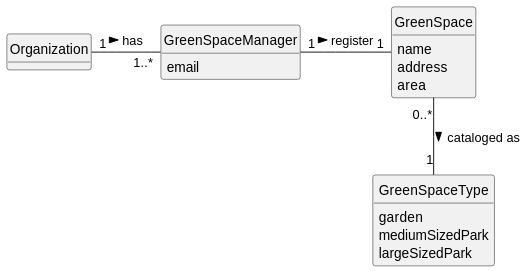
daniel41silva05/ISEP_2023_2024_LAPR2 keeps this PlantUML diagram as docs/sprintA&B&C/us020/02.analysis/svg/us020-domain-model.svg. Above is the earlier version. The source it was exported from:
```plantuml
@startuml
skinparam monochrome true
skinparam packageStyle rectangle
skinparam shadowing false


skinparam classAttributeIconSize 0

hide circle
hide methods

class Organization {
}

class GreenSpaceManager {
    email
}

class GreenSpace {
    name
    address
    area
}

class GreenSpaceType {
    garden
    mediumSizedPark
    largeSizedPark
}


Organization "1" - "1..*" GreenSpaceManager : has >
GreenSpaceManager "1" - "1" GreenSpace: register >
GreenSpace "0..*" -- "1" GreenSpaceType : cataloged as >
@enduml
```
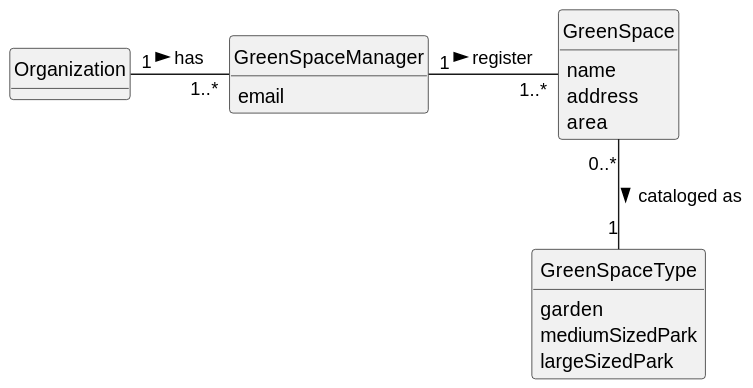
The same diagram one commit later.

Commit message:
US020 - domain model (correction)

What changed in the source:
```diff
@@ -30,6 +30,6 @@
 
 
 Organization "1" - "1..*" GreenSpaceManager : has >
-GreenSpaceManager "1" - "1" GreenSpace: register >
+GreenSpaceManager "1" - "1..*" GreenSpace: register >
 GreenSpace "0..*" -- "1" GreenSpaceType : cataloged as >
 @enduml
```
